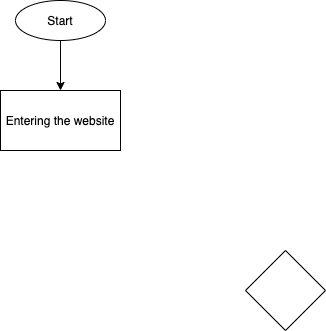
The draw.io diagram explore/diagramming/diagram.drawio.png in Steven-Chang1114/fa21-cse110-lab4, before a commit. Source tidied: cells renumbered, new cells last; positions are measured from the earlier drawing's top-left corner, leaving out a move shared by most shapes. Source of this version:
```xml
<mxGraphModel>
  <root>
    <mxCell id="0" />
    <mxCell id="1" parent="0" />
    <mxCell id="2" style="edgeStyle=orthogonalEdgeStyle;rounded=0;jettySize=auto;html=1;entryX=0.5;entryY=0;entryDx=0;entryDy=0;" parent="1" edge="1" source="3" target="4">
      <mxGeometry relative="1" as="geometry" />
    </mxCell>
    <mxCell id="3" value="Start" style="ellipse;whiteSpace=wrap;html=1;" parent="1" vertex="1">
      <mxGeometry x="15" width="90" height="40" as="geometry" />
    </mxCell>
    <mxCell id="4" value="Entering the website" style="rounded=0;whiteSpace=wrap;html=1;" parent="1" vertex="1">
      <mxGeometry y="90" width="120" height="60" as="geometry" />
    </mxCell>
    <mxCell id="5" style="rhombus;whiteSpace=wrap;html=1;" parent="1" vertex="1">
      <mxGeometry x="245" y="250" width="80" height="80" as="geometry" />
    </mxCell>
  </root>
</mxGraphModel>
```
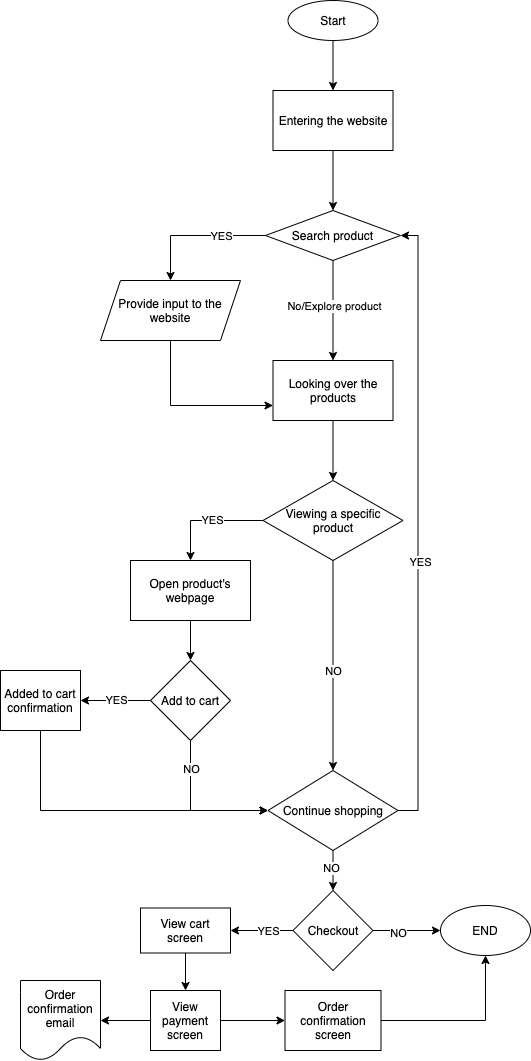
After the change.

Commit message:
Finish editing drawio

What changed in the source:
```diff
@@ -8,11 +8,147 @@
     <mxCell id="3" value="Start" style="ellipse;whiteSpace=wrap;html=1;" parent="1" vertex="1">
       <mxGeometry x="15" width="90" height="40" as="geometry" />
     </mxCell>
+    <mxCell id="6" style="edgeStyle=orthogonalEdgeStyle;rounded=0;jettySize=auto;html=1;entryX=0.5;entryY=0;entryDx=0;entryDy=0;" parent="1" edge="1" source="4" target="5">
+      <mxGeometry relative="1" as="geometry" />
+    </mxCell>
     <mxCell id="4" value="Entering the website" style="rounded=0;whiteSpace=wrap;html=1;" parent="1" vertex="1">
       <mxGeometry y="90" width="120" height="60" as="geometry" />
     </mxCell>
+    <mxCell id="7" style="edgeStyle=orthogonalEdgeStyle;rounded=0;jettySize=auto;html=1;entryX=0.5;entryY=0;entryDx=0;entryDy=0;" parent="1" edge="1" source="5" target="26">
+      <mxGeometry relative="1" as="geometry" />
+    </mxCell>
+    <mxCell id="8" value="YES" style="edgeLabel;html=1;align=center;verticalAlign=middle;" parent="7" vertex="1">
+      <mxGeometry x="-0.02" y="1" relative="1" as="geometry">
+        <mxPoint x="23" y="-1" as="offset" />
+      </mxGeometry>
+    </mxCell>
+    <mxCell id="9" style="edgeStyle=orthogonalEdgeStyle;rounded=0;jettySize=auto;html=1;entryX=0.5;entryY=0;entryDx=0;entryDy=0;" parent="1" edge="1" source="5" target="13">
+      <mxGeometry relative="1" as="geometry" />
+    </mxCell>
+    <mxCell id="10" value="No/Explore product" style="edgeLabel;html=1;align=center;verticalAlign=middle;" parent="9" vertex="1">
+      <mxGeometry x="-0.1" y="1" relative="1" as="geometry" />
+    </mxCell>
-    <mxCell id="5" style="rhombus;whiteSpace=wrap;html=1;" parent="1" vertex="1">
-      <mxGeometry x="245" y="250" width="80" height="80" as="geometry" />
+    <mxCell id="5" value="Search product" style="rhombus;whiteSpace=wrap;html=1;" parent="1" vertex="1">
+      <mxGeometry x="-7.5" y="210" width="135" height="50" as="geometry" />
     </mxCell>
+    <mxCell id="11" style="edgeStyle=orthogonalEdgeStyle;rounded=0;jettySize=auto;html=1;entryX=0;entryY=0.75;entryDx=0;entryDy=0;exitX=0.5;exitY=1;exitDx=0;exitDy=0;" parent="1" edge="1" source="26" target="13">
+      <mxGeometry relative="1" as="geometry" />
+    </mxCell>
+    <mxCell id="12" style="edgeStyle=orthogonalEdgeStyle;rounded=0;jettySize=auto;html=1;entryX=0.5;entryY=0;entryDx=0;entryDy=0;" parent="1" edge="1" source="13" target="18">
+      <mxGeometry relative="1" as="geometry" />
+    </mxCell>
+    <mxCell id="13" value="Looking over the products" style="rounded=0;whiteSpace=wrap;html=1;" parent="1" vertex="1">
+      <mxGeometry y="360" width="120" height="60" as="geometry" />
+    </mxCell>
+    <mxCell id="14" style="edgeStyle=orthogonalEdgeStyle;rounded=0;jettySize=auto;html=1;entryX=0.5;entryY=0;entryDx=0;entryDy=0;" parent="1" edge="1" source="18" target="20">
+      <mxGeometry relative="1" as="geometry" />
+    </mxCell>
+    <mxCell id="15" value="YES" style="edgeLabel;html=1;align=center;verticalAlign=middle;" parent="14" vertex="1">
+      <mxGeometry x="-0.09" y="-1" relative="1" as="geometry" />
+    </mxCell>
+    <mxCell id="16" style="edgeStyle=orthogonalEdgeStyle;rounded=0;jettySize=auto;html=1;entryX=0.5;entryY=0;entryDx=0;entryDy=0;" parent="1" edge="1" source="18" target="25">
+      <mxGeometry relative="1" as="geometry" />
+    </mxCell>
+    <mxCell id="17" value="NO" style="edgeLabel;html=1;align=center;verticalAlign=middle;" parent="16" vertex="1">
+      <mxGeometry x="0.15" y="4" relative="1" as="geometry">
+        <mxPoint x="-4" y="-11" as="offset" />
+      </mxGeometry>
+    </mxCell>
+    <mxCell id="18" value="Viewing a specific product" style="rhombus;whiteSpace=wrap;html=1;" parent="1" vertex="1">
+      <mxGeometry x="-10" y="480" width="140" height="80" as="geometry" />
+    </mxCell>
+    <mxCell id="19" style="edgeStyle=orthogonalEdgeStyle;rounded=0;jettySize=auto;html=1;entryX=0.5;entryY=0;entryDx=0;entryDy=0;" parent="1" edge="1" source="20" target="37">
+      <mxGeometry relative="1" as="geometry" />
+    </mxCell>
+    <mxCell id="20" value="Open product's webpage" style="rounded=0;whiteSpace=wrap;html=1;" parent="1" vertex="1">
+      <mxGeometry x="-142.5" y="560" width="120" height="60" as="geometry" />
+    </mxCell>
+    <mxCell id="21" style="edgeStyle=orthogonalEdgeStyle;rounded=0;jettySize=auto;html=1;entryX=1;entryY=0.5;entryDx=0;entryDy=0;exitX=1;exitY=0.5;exitDx=0;exitDy=0;" parent="1" edge="1" source="25" target="5">
+      <mxGeometry relative="1" as="geometry" />
+    </mxCell>
+    <mxCell id="22" value="YES" style="edgeLabel;html=1;align=center;verticalAlign=middle;" parent="21" vertex="1">
+      <mxGeometry x="-0.12" y="-2" relative="1" as="geometry" />
+    </mxCell>
+    <mxCell id="23" style="edgeStyle=orthogonalEdgeStyle;rounded=0;jettySize=auto;html=1;entryX=0.5;entryY=0;entryDx=0;entryDy=0;" parent="1" edge="1" source="25" target="31">
+      <mxGeometry relative="1" as="geometry" />
+    </mxCell>
+    <mxCell id="24" value="NO" style="edgeLabel;html=1;align=center;verticalAlign=middle;" parent="23" vertex="1">
+      <mxGeometry x="-0.16" y="-2" relative="1" as="geometry" />
+    </mxCell>
+    <mxCell id="25" value="Continue shopping" style="rhombus;whiteSpace=wrap;html=1;" parent="1" vertex="1">
+      <mxGeometry x="-5" y="770" width="130" height="80" as="geometry" />
+    </mxCell>
+    <mxCell id="26" value="&lt;span&gt;Provide input to the website&lt;/span&gt;" style="shape=parallelogram;perimeter=parallelogramPerimeter;whiteSpace=wrap;html=1;fixedSize=1;" parent="1" vertex="1">
+      <mxGeometry x="-172.5" y="280" width="140" height="60" as="geometry" />
+    </mxCell>
+    <mxCell id="27" style="edgeStyle=orthogonalEdgeStyle;rounded=0;jettySize=auto;html=1;entryX=0;entryY=0.5;entryDx=0;entryDy=0;" parent="1" edge="1" source="31" target="32">
+      <mxGeometry relative="1" as="geometry" />
+    </mxCell>
+    <mxCell id="28" value="NO" style="edgeLabel;html=1;align=center;verticalAlign=middle;" parent="27" vertex="1">
+      <mxGeometry x="-0.27" y="-2" relative="1" as="geometry" />
+    </mxCell>
+    <mxCell id="29" style="edgeStyle=orthogonalEdgeStyle;rounded=0;jettySize=auto;html=1;entryX=1;entryY=0.5;entryDx=0;entryDy=0;" parent="1" edge="1" source="31" target="41">
+      <mxGeometry relative="1" as="geometry" />
+    </mxCell>
+    <mxCell id="30" value="YES" style="edgeLabel;html=1;align=center;verticalAlign=middle;" parent="29" vertex="1">
+      <mxGeometry x="-0.25" y="4" relative="1" as="geometry">
+        <mxPoint x="-2" y="-4" as="offset" />
+      </mxGeometry>
+    </mxCell>
+    <mxCell id="31" value="Checkout" style="rhombus;whiteSpace=wrap;html=1;" parent="1" vertex="1">
+      <mxGeometry x="20" y="890" width="80" height="80" as="geometry" />
+    </mxCell>
+    <mxCell id="32" value="END" style="ellipse;whiteSpace=wrap;html=1;" parent="1" vertex="1">
+      <mxGeometry x="167.5" y="905" width="90" height="50" as="geometry" />
+    </mxCell>
+    <mxCell id="33" style="edgeStyle=orthogonalEdgeStyle;rounded=0;jettySize=auto;html=1;entryX=0;entryY=0.5;entryDx=0;entryDy=0;exitX=0.5;exitY=1;exitDx=0;exitDy=0;" parent="1" edge="1" source="37" target="25">
+      <mxGeometry relative="1" as="geometry" />
+    </mxCell>
+    <mxCell id="34" value="NO" style="edgeLabel;html=1;align=center;verticalAlign=middle;" parent="33" vertex="1">
+      <mxGeometry x="-0.13" y="3" relative="1" as="geometry">
+        <mxPoint x="-3" y="-36" as="offset" />
+      </mxGeometry>
+    </mxCell>
+    <mxCell id="35" style="edgeStyle=orthogonalEdgeStyle;rounded=0;jettySize=auto;html=1;entryX=1;entryY=0.5;entryDx=0;entryDy=0;" parent="1" edge="1" source="37" target="39">
+      <mxGeometry relative="1" as="geometry" />
+    </mxCell>
+    <mxCell id="36" value="YES" style="edgeLabel;html=1;align=center;verticalAlign=middle;" parent="35" vertex="1">
+      <mxGeometry x="-0.03" y="-1" relative="1" as="geometry">
+        <mxPoint x="-1" as="offset" />
+      </mxGeometry>
+    </mxCell>
+    <mxCell id="37" value="Add to cart" style="rhombus;whiteSpace=wrap;html=1;" parent="1" vertex="1">
+      <mxGeometry x="-122.5" y="660" width="80" height="80" as="geometry" />
+    </mxCell>
+    <mxCell id="38" style="edgeStyle=orthogonalEdgeStyle;rounded=0;jettySize=auto;html=1;entryX=0;entryY=0.5;entryDx=0;entryDy=0;exitX=0.5;exitY=1;exitDx=0;exitDy=0;" parent="1" edge="1" source="39" target="25">
+      <mxGeometry relative="1" as="geometry" />
+    </mxCell>
+    <mxCell id="39" value="Added to cart confirmation" style="rounded=0;whiteSpace=wrap;html=1;" parent="1" vertex="1">
+      <mxGeometry x="-272.5" y="670" width="80" height="60" as="geometry" />
+    </mxCell>
+    <mxCell id="40" style="edgeStyle=orthogonalEdgeStyle;rounded=0;jettySize=auto;html=1;entryX=0.5;entryY=0;entryDx=0;entryDy=0;" parent="1" edge="1" source="41" target="44">
+      <mxGeometry relative="1" as="geometry" />
+    </mxCell>
+    <mxCell id="41" value="View cart screen" style="rounded=0;whiteSpace=wrap;html=1;" parent="1" vertex="1">
+      <mxGeometry x="-132.5" y="907.5" width="90" height="45" as="geometry" />
+    </mxCell>
+    <mxCell id="42" style="edgeStyle=orthogonalEdgeStyle;rounded=0;jettySize=auto;html=1;entryX=1;entryY=0.5;entryDx=0;entryDy=0;" parent="1" edge="1" source="44" target="45">
+      <mxGeometry relative="1" as="geometry" />
+    </mxCell>
+    <mxCell id="43" style="edgeStyle=orthogonalEdgeStyle;rounded=0;jettySize=auto;html=1;entryX=0;entryY=0.5;entryDx=0;entryDy=0;" parent="1" edge="1" source="44" target="47">
+      <mxGeometry relative="1" as="geometry" />
+    </mxCell>
+    <mxCell id="44" value="View payment screen" style="rounded=0;whiteSpace=wrap;html=1;" parent="1" vertex="1">
+      <mxGeometry x="-122.5" y="990" width="70" height="60" as="geometry" />
+    </mxCell>
+    <mxCell id="45" value="Order confirmation email" style="shape=document;whiteSpace=wrap;html=1;boundedLbl=1;" parent="1" vertex="1">
+      <mxGeometry x="-252.5" y="980" width="80" height="80" as="geometry" />
+    </mxCell>
+    <mxCell id="46" style="edgeStyle=orthogonalEdgeStyle;rounded=0;jettySize=auto;html=1;entryX=0.5;entryY=1;entryDx=0;entryDy=0;" parent="1" edge="1" source="47" target="32">
+      <mxGeometry relative="1" as="geometry" />
+    </mxCell>
+    <mxCell id="47" value="&lt;span&gt;Order confirmation screen&lt;/span&gt;" style="rounded=0;whiteSpace=wrap;html=1;" parent="1" vertex="1">
+      <mxGeometry x="12" y="990" width="96" height="60" as="geometry" />
+    </mxCell>
   </root>
 </mxGraphModel>
```
